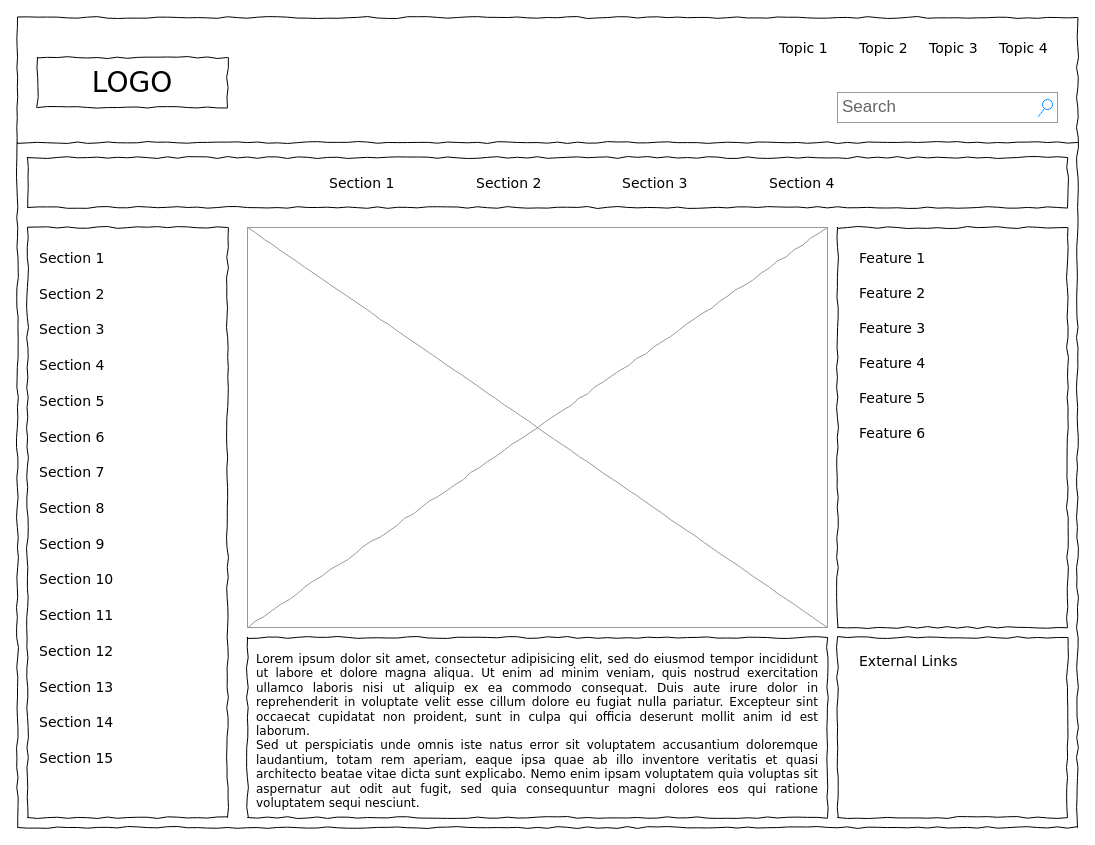
Earlier version of the draw.io diagram Diagrama sin título.drawio (Horanad/DSW-HoracioAriasHernandez-16-02-1392-). Source tidied: cells renumbered, new cells numbered last; positions are measured from the earlier drawing's top-left corner, leaving out a move shared by most shapes. Both pictures are drawn from the tidied source at 100%, with x=0, y=0 at pixel (17, 17).
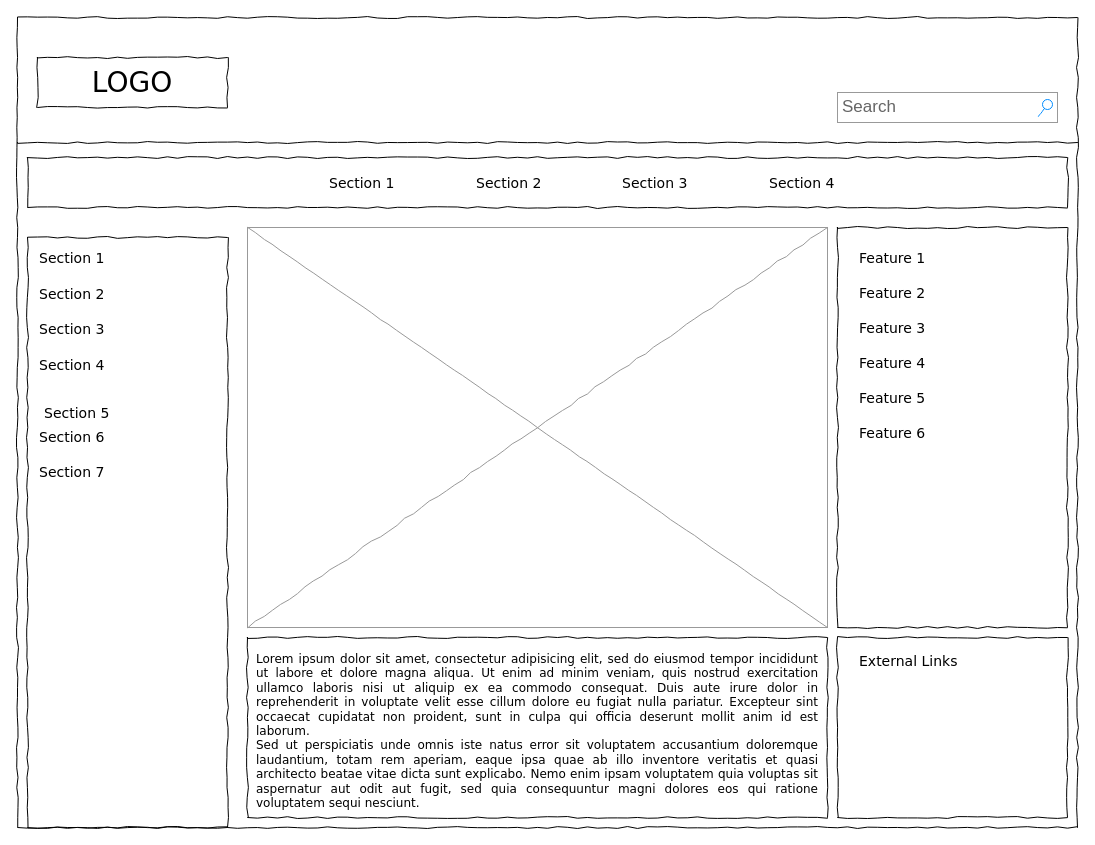
Above is the later version.

Change to the diagram source:
```diff
@@
-    <mxCell id="5" value="Topic 1" style="text;html=1;align=left;verticalAlign=top;spacingTop=-4;fontSize=14;fontFamily=Verdana;" parent="1" vertex="1">
-      <mxGeometry x="760" y="20" width="60" height="20" as="geometry" />
-    </mxCell>
-    <mxCell id="6" value="Topic 2" style="text;html=1;align=left;verticalAlign=top;spacingTop=-4;fontSize=14;fontFamily=Verdana;" parent="1" vertex="1">
-      <mxGeometry x="840" y="20" width="60" height="20" as="geometry" />
-    </mxCell>
-    <mxCell id="7" value="Topic 3" style="text;html=1;align=left;verticalAlign=top;spacingTop=-4;fontSize=14;fontFamily=Verdana;" parent="1" vertex="1">
-      <mxGeometry x="910" y="20" width="60" height="20" as="geometry" />
-    </mxCell>
-    <mxCell id="8" value="Topic 4" style="text;html=1;align=left;verticalAlign=top;spacingTop=-4;fontSize=14;fontFamily=Verdana;" parent="1" vertex="1">
-      <mxGeometry x="980" y="20" width="60" height="20" as="geometry" />
-    </mxCell>
     <mxCell id="9" style="whiteSpace=wrap;html=1;rounded=0;shadow=0;labelBackgroundColor=none;strokeWidth=1;fillColor=none;fontFamily=Verdana;fontSize=12;align=center;comic=1;" parent="1" vertex="1">
-      <mxGeometry x="10" y="210" width="200" height="590" as="geometry" />
+      <mxGeometry x="10" y="220" width="200" height="590" as="geometry" />
     </mxCell>
@@
-    <mxCell id="25" value="Section 8" style="text;html=1;align=left;verticalAlign=top;spacingTop=-4;fontSize=14;fontFamily=Verdana;" parent="1" vertex="1">
-      <mxGeometry x="20" y="480" width="170" height="20" as="geometry" />
-    </mxCell>
-    <mxCell id="26" value="Section 9" style="text;html=1;align=left;verticalAlign=top;spacingTop=-4;fontSize=14;fontFamily=Verdana;" parent="1" vertex="1">
-      <mxGeometry x="20" y="516" width="170" height="20" as="geometry" />
-    </mxCell>
-    <mxCell id="27" value="Section 10" style="text;html=1;align=left;verticalAlign=top;spacingTop=-4;fontSize=14;fontFamily=Verdana;" parent="1" vertex="1">
-      <mxGeometry x="20" y="551" width="170" height="20" as="geometry" />
-    </mxCell>
-    <mxCell id="28" value="Section 11" style="text;html=1;align=left;verticalAlign=top;spacingTop=-4;fontSize=14;fontFamily=Verdana;" parent="1" vertex="1">
-      <mxGeometry x="20" y="587" width="170" height="20" as="geometry" />
-    </mxCell>
-    <mxCell id="29" value="Section 12" style="text;html=1;align=left;verticalAlign=top;spacingTop=-4;fontSize=14;fontFamily=Verdana;" parent="1" vertex="1">
-      <mxGeometry x="20" y="623" width="170" height="20" as="geometry" />
-    </mxCell>
-    <mxCell id="30" value="Section 13" style="text;html=1;align=left;verticalAlign=top;spacingTop=-4;fontSize=14;fontFamily=Verdana;" parent="1" vertex="1">
-      <mxGeometry x="20" y="659" width="170" height="20" as="geometry" />
-    </mxCell>
-    <mxCell id="31" value="Section 14" style="text;html=1;align=left;verticalAlign=top;spacingTop=-4;fontSize=14;fontFamily=Verdana;" parent="1" vertex="1">
-      <mxGeometry x="20" y="694" width="170" height="20" as="geometry" />
-    </mxCell>
     <mxCell id="32" value="Section 5" style="text;html=1;align=left;verticalAlign=top;spacingTop=-4;fontSize=14;fontFamily=Verdana;" parent="1" vertex="1">
-      <mxGeometry x="20" y="373" width="170" height="20" as="geometry" />
+      <mxGeometry x="25" y="385" width="170" height="20" as="geometry" />
     </mxCell>
@@
-    <mxCell id="34" value="Section 15" style="text;html=1;align=left;verticalAlign=top;spacingTop=-4;fontSize=14;fontFamily=Verdana;" parent="1" vertex="1">
-      <mxGeometry x="20" y="730" width="170" height="20" as="geometry" />
-    </mxCell>
```
